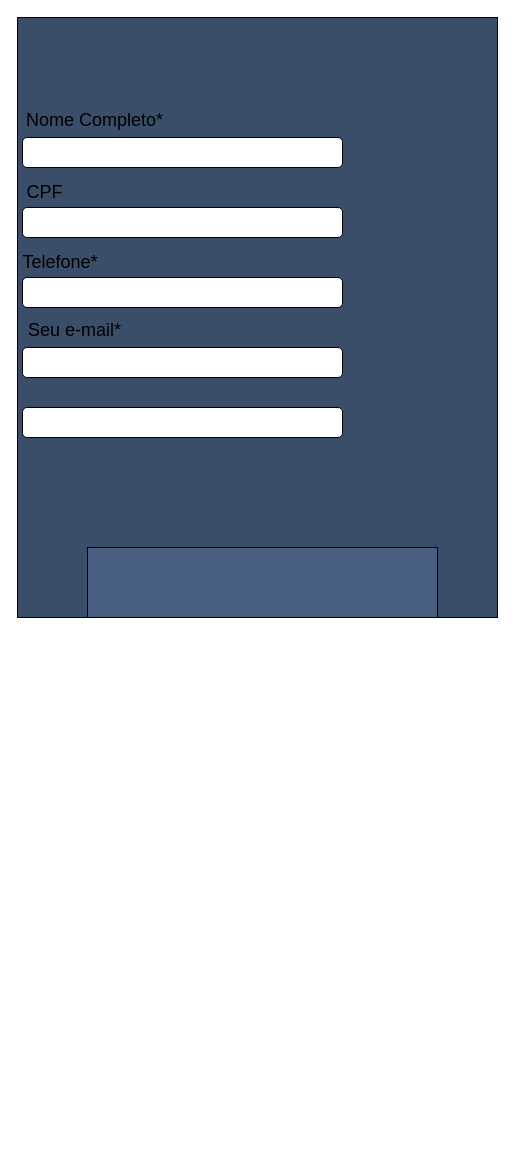
Earlier version of the draw.io diagram doc/tela de cadastro.drawio (anninha2006/fluxograma). Source tidied: cells renumbered, new cells numbered last; positions are measured from the earlier drawing's top-left corner, leaving out a move shared by most shapes. Both pictures are drawn from the tidied source at 100%, with x=0, y=0 at pixel (17, 17).
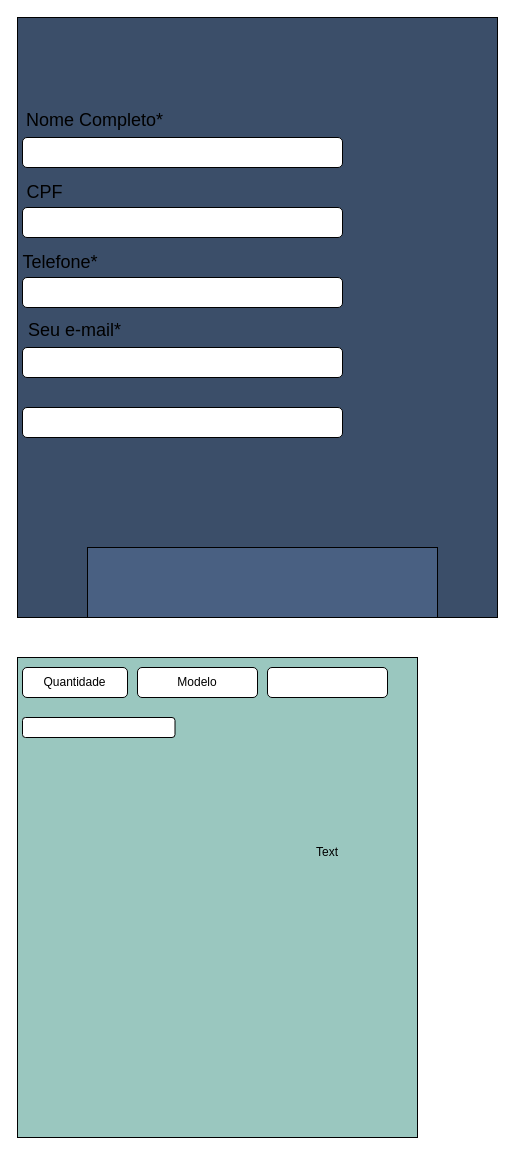
The same diagram, later.

Diff of the diagram source:
```diff
@@
 <mxGraphModel>
   <root>
     <mxCell id="0" />
     <mxCell id="1" parent="0" />
     <mxCell id="2" style="rounded=0;whiteSpace=wrap;html=1;fillColor=#3B4E69;" parent="1" vertex="1">
       <mxGeometry width="480" height="600" as="geometry" />
     </mxCell>
     <mxCell id="3" value="&lt;font style=&quot;font-size: 18px;&quot;&gt;Seu e-mail*&lt;/font&gt;" style="text;html=1;align=center;verticalAlign=middle;whiteSpace=wrap;rounded=0;" parent="1" vertex="1">
       <mxGeometry x="5" y="295" width="105" height="35" as="geometry" />
     </mxCell>
     <mxCell id="4" value="&lt;span style=&quot;font-size: 18px;&quot;&gt;Nome Completo*&lt;/span&gt;" style="text;html=1;align=center;verticalAlign=middle;whiteSpace=wrap;rounded=0;" parent="1" vertex="1">
       <mxGeometry x="5" y="85" width="145" height="35" as="geometry" />
     </mxCell>
     <mxCell id="5" style="rounded=1;whiteSpace=wrap;html=1;" parent="1" vertex="1">
       <mxGeometry x="5" y="120" width="320" height="30" as="geometry" />
     </mxCell>
     <mxCell id="6" style="rounded=0;whiteSpace=wrap;html=1;fillColor=#496082;" parent="1" vertex="1">
       <mxGeometry x="70" y="530" width="350" height="70" as="geometry" />
     </mxCell>
     <mxCell id="7" style="rounded=1;whiteSpace=wrap;html=1;" parent="1" vertex="1">
       <mxGeometry x="5" y="190" width="320" height="30" as="geometry" />
     </mxCell>
     <mxCell id="8" style="rounded=1;whiteSpace=wrap;html=1;" parent="1" vertex="1">
       <mxGeometry x="5" y="260" width="320" height="30" as="geometry" />
     </mxCell>
     <mxCell id="9" style="rounded=1;whiteSpace=wrap;html=1;" parent="1" vertex="1">
       <mxGeometry x="5" y="330" width="320" height="30" as="geometry" />
     </mxCell>
     <mxCell id="10" value="&lt;font style=&quot;font-size: 18px;&quot;&gt;Telefone*&lt;/font&gt;" style="text;html=1;align=center;verticalAlign=middle;whiteSpace=wrap;rounded=0;" parent="1" vertex="1">
       <mxGeometry x="5" y="230" width="76" height="30" as="geometry" />
     </mxCell>
     <mxCell id="11" value="&lt;font style=&quot;font-size: 18px;&quot;&gt;CPF&lt;/font&gt;" style="text;html=1;align=center;verticalAlign=middle;whiteSpace=wrap;rounded=0;" parent="1" vertex="1">
       <mxGeometry x="5" y="160" width="45" height="30" as="geometry" />
     </mxCell>
     <mxCell id="12" style="rounded=1;whiteSpace=wrap;html=1;" parent="1" vertex="1">
       <mxGeometry x="5" y="390" width="320" height="30" as="geometry" />
     </mxCell>
+    <mxCell id="13" style="rounded=0;whiteSpace=wrap;html=1;fillColor=#9AC7BF;" parent="1" vertex="1">
+      <mxGeometry y="640" width="400" height="480" as="geometry" />
+    </mxCell>
+    <mxCell id="14" value="Quantidade" style="rounded=1;whiteSpace=wrap;html=1;" parent="1" vertex="1">
+      <mxGeometry x="5" y="650" width="105" height="30" as="geometry" />
+    </mxCell>
+    <mxCell id="15" value="Modelo" style="rounded=1;whiteSpace=wrap;html=1;" parent="1" vertex="1">
+      <mxGeometry x="120" y="650" width="120" height="30" as="geometry" />
+    </mxCell>
+    <mxCell id="16" style="rounded=1;whiteSpace=wrap;html=1;" parent="1" vertex="1">
+      <mxGeometry x="250" y="650" width="120" height="30" as="geometry" />
+    </mxCell>
+    <mxCell id="17" value="Text" style="text;html=1;align=center;verticalAlign=middle;whiteSpace=wrap;rounded=0;" parent="1" vertex="1">
+      <mxGeometry x="280" y="820" width="60" height="30" as="geometry" />
+    </mxCell>
+    <mxCell id="18" style="rounded=1;whiteSpace=wrap;html=1;" parent="1" vertex="1">
+      <mxGeometry x="5" y="700" width="152.5" height="20" as="geometry" />
+    </mxCell>
   </root>
 </mxGraphModel>
```
